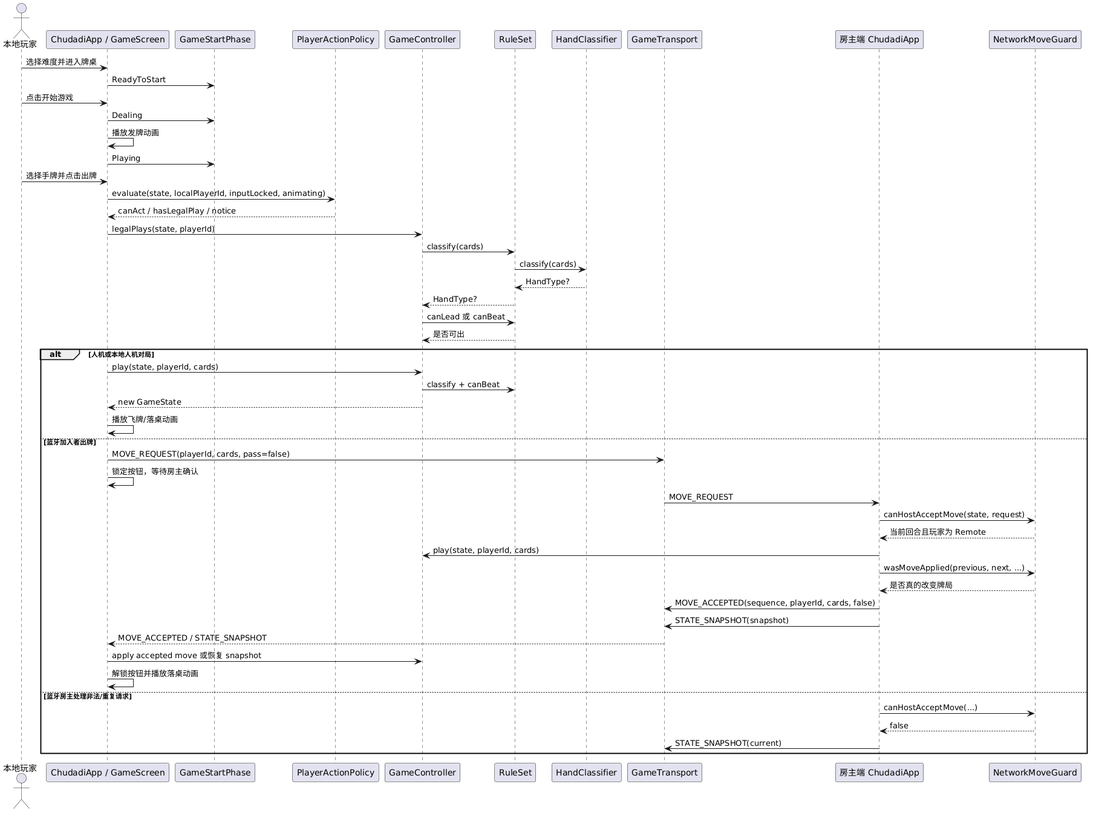
Mojieeee/uml_chudadi keeps this PlantUML diagram as docs/uml/sequence_game_turn.png. Above is the earlier version.
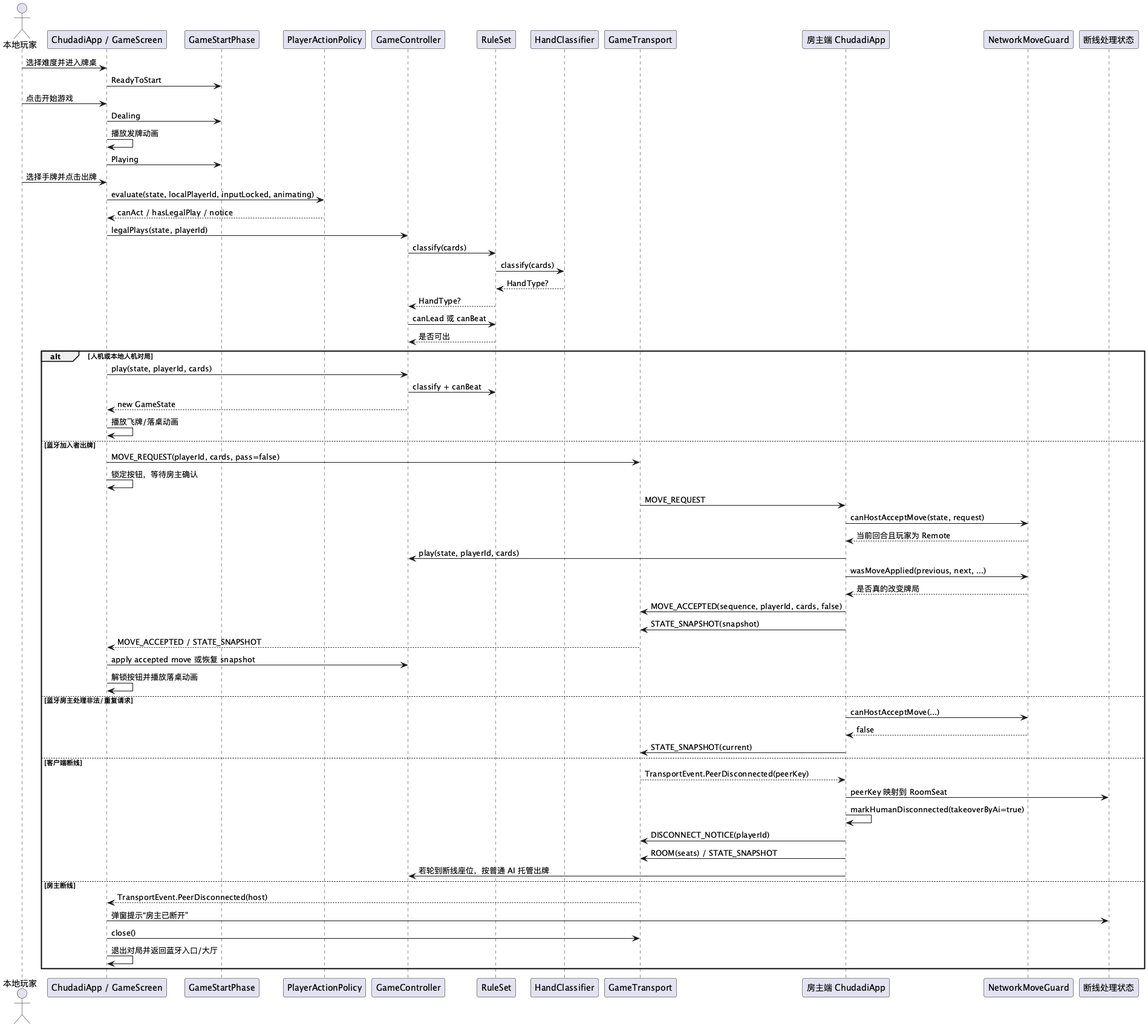
The same diagram one commit later.

Change to the diagram source:
```diff
@@ -9,6 +9,7 @@
 participant "GameTransport" as Transport
 participant "房主端 ChudadiApp" as Host
 participant "NetworkMoveGuard" as Guard
+participant "断线处理状态" as NetState
 
 Player -> View: 选择难度并进入牌桌
 View -> Phase: ReadyToStart
@@ -50,5 +51,17 @@
   Host -> Guard: canHostAcceptMove(...)
   Guard --> Host: false
   Host -> Transport: STATE_SNAPSHOT(current)
+else 客户端断线
+  Transport --> Host: TransportEvent.PeerDisconnected(peerKey)
+  Host -> NetState: peerKey 映射到 RoomSeat
+  Host -> Host: markHumanDisconnected(takeoverByAi=true)
+  Host -> Transport: DISCONNECT_NOTICE(playerId)
+  Host -> Transport: ROOM(seats) / STATE_SNAPSHOT
+  Host -> Controller: 若轮到断线座位，按普通 AI 托管出牌
+else 房主断线
+  Transport --> View: TransportEvent.PeerDisconnected(host)
+  View -> NetState: 弹窗提示“房主已断开”
+  View -> Transport: close()
+  View -> View: 退出对局并返回蓝牙入口/大厅
 end
 @enduml
```
